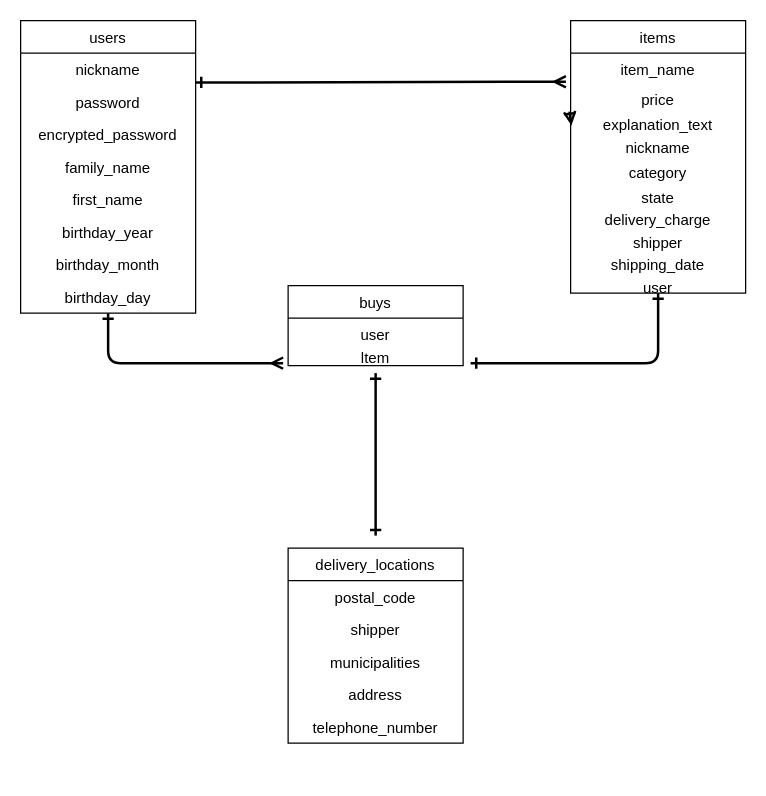
Above: datebase.craft.dio in EgoisticHero3245/furima-38757 (draw.io), before the change. Source tidied: cells renumbered, new cells numbered last; positions are measured from the earlier drawing's top-left corner, leaving out a move shared by most shapes. Both pictures are drawn from the tidied source at 125%, with x=0, y=0 at pixel (20, 20).
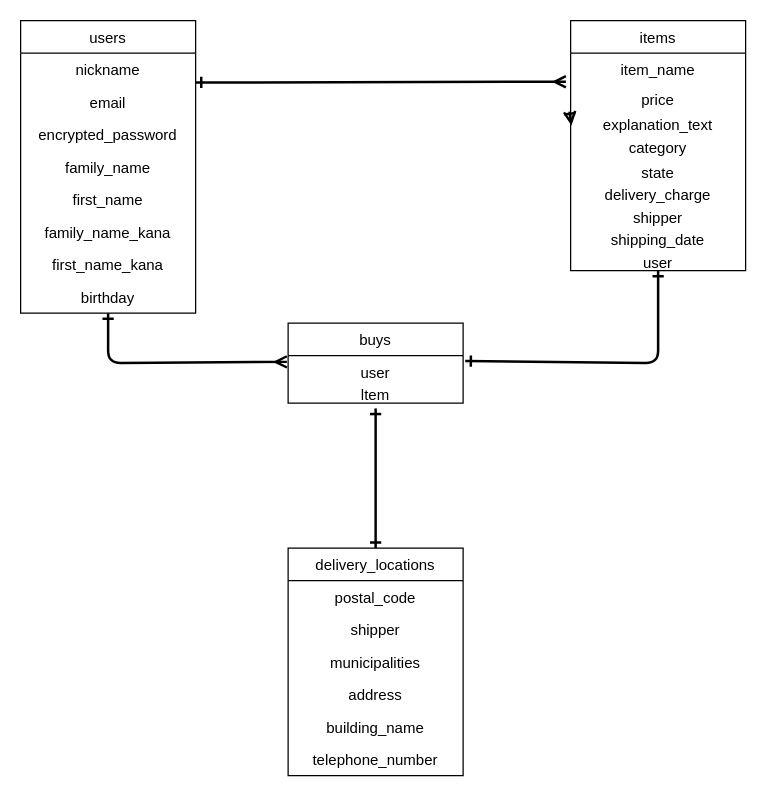
After the change.

The change refers to these unchanged cells:
```xml
<mxCell id="4" value="users" style="swimlane;fontStyle=0;horizontal=1;startSize=26;fillColor=none;" parent="1" vertex="1">
  <mxGeometry width="140" height="234" as="geometry" />
</mxCell>
<mxCell id="28" value="user" style="text;strokeColor=none;fillColor=none;align=center;verticalAlign=top;spacingLeft=4;spacingRight=4;overflow=hidden;points=[[0,0.5],[1,0.5]];portConstraint=eastwest;" parent="27" vertex="1">
  <mxGeometry y="26" width="140" height="18" as="geometry" />
</mxCell>
<mxCell id="29" value="ltem" style="text;strokeColor=none;fillColor=none;align=center;verticalAlign=top;spacingLeft=4;spacingRight=4;overflow=hidden;points=[[0,0.5],[1,0.5]];portConstraint=eastwest;" parent="27" vertex="1">
  <mxGeometry y="44" width="140" height="20" as="geometry" />
</mxCell>
```

Diff of the diagram source:
```diff
@@
-    <mxCell id="3" style="edgeStyle=none;html=1;fontSize=20;startArrow=ERone;startFill=0;endArrow=ERmany;endFill=0;targetPerimeterSpacing=0;strokeColor=default;strokeWidth=2;" parent="1" edge="1" source="4">
+    <mxCell id="3" style="edgeStyle=none;html=1;fontSize=20;startArrow=ERone;startFill=0;endArrow=ERmany;endFill=0;targetPerimeterSpacing=0;strokeColor=default;strokeWidth=2;entryX=-0.007;entryY=0.278;entryDx=0;entryDy=0;entryPerimeter=0;" parent="1" edge="1" source="4" target="28">
       <mxGeometry relative="1" as="geometry">
-        <mxPoint x="210" y="274" as="targetPoint" />
         <Array as="points">
           <mxPoint x="70" y="274" />
         </Array>
       </mxGeometry>
     </mxCell>
@@
-    <mxCell id="6" value="password" style="text;strokeColor=none;fillColor=none;align=center;verticalAlign=top;spacingLeft=4;spacingRight=4;overflow=hidden;" parent="4" vertex="1">
-      <mxGeometry y="52" width="140" height="26" as="geometry" />
-    </mxCell>
+    <mxCell id="36" value="email" style="text;strokeColor=none;fillColor=none;align=center;verticalAlign=top;spacingLeft=4;spacingRight=4;overflow=hidden;" parent="4" vertex="1">
+      <mxGeometry y="52" width="140" height="26" as="geometry" />
+    </mxCell>
@@
+    <mxCell id="37" value="family_name_kana" style="text;strokeColor=none;fillColor=none;align=center;verticalAlign=top;spacingLeft=4;spacingRight=4;overflow=hidden;" parent="4" vertex="1">
+      <mxGeometry y="156" width="140" height="26" as="geometry" />
+    </mxCell>
+    <mxCell id="38" value="first_name_kana" style="text;strokeColor=none;fillColor=none;align=center;verticalAlign=top;spacingLeft=4;spacingRight=4;overflow=hidden;" parent="4" vertex="1">
+      <mxGeometry y="182" width="140" height="26" as="geometry" />
+    </mxCell>
-    <mxCell id="10" value="birthday_year" style="text;strokeColor=none;fillColor=none;align=center;verticalAlign=top;spacingLeft=4;spacingRight=4;overflow=hidden;" parent="4" vertex="1">
-      <mxGeometry y="156" width="140" height="26" as="geometry" />
+    <mxCell id="10" value="birthday" style="text;strokeColor=none;fillColor=none;align=center;verticalAlign=top;spacingLeft=4;spacingRight=4;overflow=hidden;" parent="4" vertex="1">
+      <mxGeometry y="208" width="140" height="26" as="geometry" />
     </mxCell>
-    <mxCell id="11" value="birthday_month" style="text;strokeColor=none;fillColor=none;align=center;verticalAlign=top;spacingLeft=4;spacingRight=4;overflow=hidden;" parent="4" vertex="1">
-      <mxGeometry y="182" width="140" height="26" as="geometry" />
-    </mxCell>
-    <mxCell id="12" value="birthday_day" style="text;strokeColor=none;fillColor=none;align=center;verticalAlign=top;spacingLeft=4;spacingRight=4;overflow=hidden;" parent="4" vertex="1">
-      <mxGeometry y="208" width="140" height="26" as="geometry" />
-    </mxCell>
-    <mxCell id="13" style="edgeStyle=none;html=1;fontSize=20;startArrow=ERone;startFill=0;endArrow=ERone;endFill=0;targetPerimeterSpacing=0;strokeColor=default;strokeWidth=2;" parent="1" edge="1" source="14">
+    <mxCell id="13" style="edgeStyle=none;html=1;fontSize=20;startArrow=ERone;startFill=0;endArrow=ERone;endFill=0;targetPerimeterSpacing=0;strokeColor=default;strokeWidth=2;entryX=1.012;entryY=0.239;entryDx=0;entryDy=0;entryPerimeter=0;" parent="1" edge="1" source="14" target="28">
       <mxGeometry relative="1" as="geometry">
-        <mxPoint x="360" y="274" as="targetPoint" />
         <Array as="points">
           <mxPoint x="510" y="274" />
         </Array>
       </mxGeometry>
     </mxCell>
     <mxCell id="14" value="items" style="swimlane;fontStyle=0;horizontal=1;startSize=26;fillColor=none;align=center;" parent="1" vertex="1">
-      <mxGeometry x="440" width="140" height="218" as="geometry" />
+      <mxGeometry x="440" width="140" height="200" as="geometry" />
     </mxCell>
@@
-    <mxCell id="18" value="nickname" style="text;strokeColor=none;fillColor=none;align=center;verticalAlign=top;spacingLeft=4;spacingRight=4;overflow=hidden;" parent="14" vertex="1">
-      <mxGeometry y="88" width="140" height="20" as="geometry" />
-    </mxCell>
     <mxCell id="19" value="category" style="text;strokeColor=none;fillColor=none;align=center;verticalAlign=top;spacingLeft=4;spacingRight=4;overflow=hidden;" parent="14" vertex="1">
-      <mxGeometry y="108" width="140" height="20" as="geometry" />
+      <mxGeometry y="88" width="140" height="20" as="geometry" />
     </mxCell>
@@
     <mxCell id="21" value="state" style="text;strokeColor=none;fillColor=none;align=center;verticalAlign=top;spacingLeft=4;spacingRight=4;overflow=hidden;" parent="14" vertex="1">
-      <mxGeometry y="128" width="140" height="18" as="geometry" />
+      <mxGeometry y="108" width="140" height="18" as="geometry" />
     </mxCell>
     <mxCell id="22" value="delivery_charge" style="text;strokeColor=none;fillColor=none;align=center;verticalAlign=top;spacingLeft=4;spacingRight=4;overflow=hidden;" parent="14" vertex="1">
-      <mxGeometry y="146" width="140" height="18" as="geometry" />
+      <mxGeometry y="126" width="140" height="18" as="geometry" />
     </mxCell>
     <mxCell id="23" value="shipper" style="text;strokeColor=none;fillColor=none;align=center;verticalAlign=top;spacingLeft=4;spacingRight=4;overflow=hidden;" parent="14" vertex="1">
-      <mxGeometry y="164" width="140" height="18" as="geometry" />
+      <mxGeometry y="144" width="140" height="18" as="geometry" />
     </mxCell>
     <mxCell id="24" value="shipping_date" style="text;strokeColor=none;fillColor=none;align=center;verticalAlign=top;spacingLeft=4;spacingRight=4;overflow=hidden;" parent="14" vertex="1">
-      <mxGeometry y="182" width="140" height="18" as="geometry" />
+      <mxGeometry y="162" width="140" height="18" as="geometry" />
     </mxCell>
     <mxCell id="25" value="user" style="text;strokeColor=none;fillColor=none;align=center;verticalAlign=top;spacingLeft=4;spacingRight=4;overflow=hidden;" parent="14" vertex="1">
-      <mxGeometry y="200" width="140" height="18" as="geometry" />
+      <mxGeometry y="180" width="140" height="20" as="geometry" />
     </mxCell>
-    <mxCell id="26" style="edgeStyle=none;html=1;fontSize=20;startArrow=ERone;startFill=0;endArrow=ERone;endFill=0;targetPerimeterSpacing=0;strokeColor=default;strokeWidth=2;" parent="1" edge="1">
-      <mxGeometry relative="1" as="geometry">
-        <mxPoint x="284" y="282" as="sourcePoint" />
-        <mxPoint x="284" y="412" as="targetPoint" />
-      </mxGeometry>
+    <mxCell id="26" style="edgeStyle=none;html=1;fontSize=20;startArrow=ERone;startFill=0;endArrow=ERone;endFill=0;targetPerimeterSpacing=0;strokeColor=default;strokeWidth=2;entryX=0.5;entryY=0;entryDx=0;entryDy=0;exitX=0.5;exitY=1.212;exitDx=0;exitDy=0;exitPerimeter=0;" parent="1" edge="1" source="29" target="30">
+      <mxGeometry relative="1" as="geometry" />
     </mxCell>
     <mxCell id="27" value="buys" style="swimlane;fontStyle=0;horizontal=1;startSize=26;fillColor=none;align=center;" parent="1" vertex="1">
-      <mxGeometry x="214" y="212" width="140" height="64" as="geometry" />
+      <mxGeometry x="214" y="242" width="140" height="64" as="geometry" />
     </mxCell>
@@
     <mxCell id="30" value="delivery_locations" style="swimlane;fontStyle=0;horizontal=1;startSize=26;fillColor=none;" parent="1" vertex="1">
-      <mxGeometry x="214" y="422" width="140" height="156" as="geometry" />
+      <mxGeometry x="214" y="422" width="140" height="182" as="geometry" />
     </mxCell>
@@
+    <mxCell id="39" value="building_name" style="text;strokeColor=none;fillColor=none;align=center;verticalAlign=top;spacingLeft=4;spacingRight=4;overflow=hidden;" parent="30" vertex="1">
+      <mxGeometry y="130" width="140" height="26" as="geometry" />
+    </mxCell>
     <mxCell id="35" value="telephone_number" style="text;strokeColor=none;fillColor=none;align=center;verticalAlign=top;spacingLeft=4;spacingRight=4;overflow=hidden;" parent="30" vertex="1">
-      <mxGeometry y="130" width="140" height="26" as="geometry" />
+      <mxGeometry y="156" width="140" height="26" as="geometry" />
     </mxCell>
```
